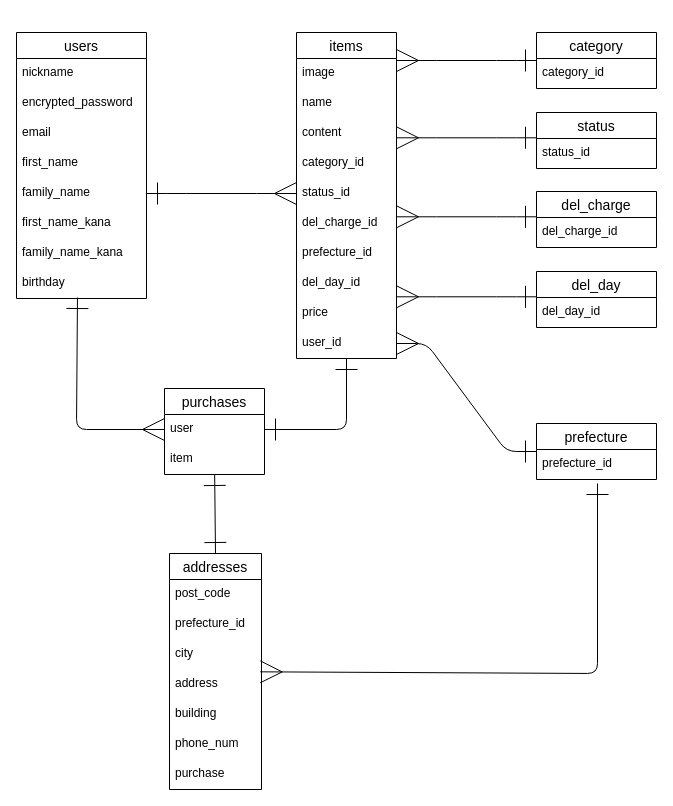
The draw.io diagram furima-er.dio in samape/furima-37831, before the edit. Source tidied: cells renumbered, new cells numbered last; positions are measured from the earlier drawing's top-left corner, leaving out a move shared by most shapes. Both pictures are drawn from the tidied source at 100%, with x=0, y=0 at pixel (16, 32).
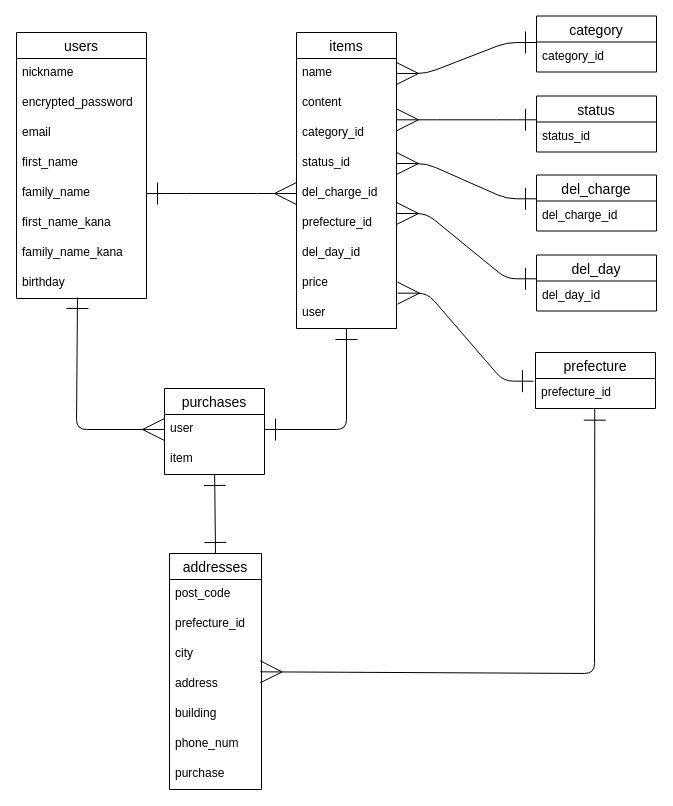
The same diagram, later.

Commit message:
データベース設計_修正_5

The change refers to these unchanged cells:
```xml
<mxCell id="29" value="address" style="text;strokeColor=none;fillColor=none;spacingLeft=4;spacingRight=4;overflow=hidden;points=[[0,0.5],[1,0.5]];portConstraint=eastwest;fontSize=12;" parent="25" vertex="1">
  <mxGeometry y="116" width="92" height="30" as="geometry" />
</mxCell>
<mxCell id="46" value="prefecture_id" style="text;strokeColor=none;fillColor=none;spacingLeft=4;spacingRight=4;overflow=hidden;points=[[0,0.5],[1,0.5]];portConstraint=eastwest;fontSize=12;" parent="45" vertex="1">
  <mxGeometry y="26" width="120" height="30" as="geometry" />
</mxCell>
```

Diff of the diagram source:
```diff
@@
     <mxCell id="11" value="items" style="swimlane;fontStyle=0;horizontal=1;startSize=26;align=center;fontSize=14;" parent="1" vertex="1">
-      <mxGeometry x="280" width="100" height="326" as="geometry" />
+      <mxGeometry x="280" width="100" height="296" as="geometry" />
     </mxCell>
-    <mxCell id="12" value="image" style="text;strokeColor=none;fillColor=none;spacingLeft=4;spacingRight=4;overflow=hidden;fontSize=12;" parent="11" vertex="1">
-      <mxGeometry y="26" width="100" height="30" as="geometry" />
-    </mxCell>
     <mxCell id="13" value="name" style="text;strokeColor=none;fillColor=none;spacingLeft=4;spacingRight=4;overflow=hidden;points=[[0,0.5],[1,0.5]];portConstraint=eastwest;fontSize=12;" parent="11" vertex="1">
-      <mxGeometry y="56" width="100" height="30" as="geometry" />
+      <mxGeometry y="26" width="100" height="30" as="geometry" />
     </mxCell>
     <mxCell id="14" value="content" style="text;strokeColor=none;fillColor=none;spacingLeft=4;spacingRight=4;overflow=hidden;fontSize=12;" parent="11" vertex="1">
-      <mxGeometry y="86" width="100" height="30" as="geometry" />
+      <mxGeometry y="56" width="100" height="30" as="geometry" />
     </mxCell>
     <mxCell id="15" value="category_id" style="text;strokeColor=none;fillColor=none;spacingLeft=4;spacingRight=4;overflow=hidden;fontSize=12;" parent="11" vertex="1">
-      <mxGeometry y="116" width="100" height="30" as="geometry" />
+      <mxGeometry y="86" width="100" height="30" as="geometry" />
     </mxCell>
     <mxCell id="16" value="status_id" style="text;strokeColor=none;fillColor=none;spacingLeft=4;spacingRight=4;overflow=hidden;points=[[0,0.5],[1,0.5]];portConstraint=eastwest;fontSize=12;" parent="11" vertex="1">
-      <mxGeometry y="146" width="100" height="30" as="geometry" />
+      <mxGeometry y="116" width="100" height="30" as="geometry" />
     </mxCell>
     <mxCell id="17" value="del_charge_id" style="text;strokeColor=none;fillColor=none;spacingLeft=4;spacingRight=4;overflow=hidden;fontSize=12;" parent="11" vertex="1">
-      <mxGeometry y="176" width="100" height="30" as="geometry" />
+      <mxGeometry y="146" width="100" height="30" as="geometry" />
     </mxCell>
     <mxCell id="18" value="prefecture_id" style="text;strokeColor=none;fillColor=none;spacingLeft=4;spacingRight=4;overflow=hidden;points=[[0,0.5],[1,0.5]];portConstraint=eastwest;fontSize=12;" parent="11" vertex="1">
-      <mxGeometry y="206" width="100" height="30" as="geometry" />
+      <mxGeometry y="176" width="100" height="30" as="geometry" />
     </mxCell>
     <mxCell id="19" value="del_day_id" style="text;strokeColor=none;fillColor=none;spacingLeft=4;spacingRight=4;overflow=hidden;fontSize=12;" parent="11" vertex="1">
-      <mxGeometry y="236" width="100" height="30" as="geometry" />
+      <mxGeometry y="206" width="100" height="30" as="geometry" />
     </mxCell>
     <mxCell id="20" value="price" style="text;strokeColor=none;fillColor=none;spacingLeft=4;spacingRight=4;overflow=hidden;points=[[0,0.5],[1,0.5]];portConstraint=eastwest;fontSize=12;" parent="11" vertex="1">
-      <mxGeometry y="266" width="100" height="30" as="geometry" />
+      <mxGeometry y="236" width="100" height="30" as="geometry" />
     </mxCell>
-    <mxCell id="21" value="user_id" style="text;strokeColor=none;fillColor=none;spacingLeft=4;spacingRight=4;overflow=hidden;points=[[0,0.5],[1,0.5]];portConstraint=eastwest;fontSize=12;" parent="11" vertex="1">
-      <mxGeometry y="296" width="100" height="30" as="geometry" />
+    <mxCell id="21" value="user" style="text;strokeColor=none;fillColor=none;spacingLeft=4;spacingRight=4;overflow=hidden;points=[[0,0.5],[1,0.5]];portConstraint=eastwest;fontSize=12;" parent="11" vertex="1">
+      <mxGeometry y="266" width="100" height="30" as="geometry" />
     </mxCell>
@@
     <mxCell id="37" value="category" style="swimlane;fontStyle=0;horizontal=1;startSize=26;align=center;fontSize=14;" parent="1" vertex="1">
-      <mxGeometry x="520" width="120" height="56" as="geometry" />
+      <mxGeometry x="520" y="-16.5" width="120" height="56" as="geometry" />
     </mxCell>
@@
     <mxCell id="39" value="status" style="swimlane;fontStyle=0;horizontal=1;startSize=26;align=center;fontSize=14;" parent="1" vertex="1">
-      <mxGeometry x="520" y="80" width="120" height="56" as="geometry" />
+      <mxGeometry x="520" y="63.5" width="120" height="56" as="geometry" />
     </mxCell>
@@
     <mxCell id="41" value="del_charge" style="swimlane;fontStyle=0;horizontal=1;startSize=26;align=center;fontSize=14;" parent="1" vertex="1">
-      <mxGeometry x="520" y="159" width="120" height="56" as="geometry" />
+      <mxGeometry x="520" y="142.5" width="120" height="56" as="geometry" />
     </mxCell>
@@
     <mxCell id="43" value="del_day" style="swimlane;fontStyle=0;horizontal=1;startSize=26;align=center;fontSize=14;" parent="1" vertex="1">
-      <mxGeometry x="520" y="239" width="120" height="56" as="geometry" />
+      <mxGeometry x="520" y="222.5" width="120" height="56" as="geometry" />
     </mxCell>
@@
     <mxCell id="45" value="prefecture" style="swimlane;fontStyle=0;horizontal=1;startSize=26;align=center;fontSize=14;" parent="1" vertex="1">
-      <mxGeometry x="520" y="391" width="120" height="56" as="geometry" />
+      <mxGeometry x="519" y="320" width="120" height="56" as="geometry" />
     </mxCell>
@@
-    <mxCell id="47" style="edgeStyle=entityRelationEdgeStyle;fontSize=12;html=1;endArrow=ERone;startArrow=ERmany;startFill=0;startSize=20;endSize=20;endFill=0;" parent="1" edge="1">
+    <mxCell id="47" style="edgeStyle=entityRelationEdgeStyle;fontSize=12;html=1;endArrow=ERone;startArrow=ERmany;startFill=0;startSize=20;endSize=20;endFill=0;exitX=1;exitY=0.5;exitDx=0;exitDy=0;" parent="1" edge="1" source="13">
       <mxGeometry relative="1" as="geometry">
-        <mxPoint x="380" y="28" as="sourcePoint" />
-        <mxPoint x="520" y="28" as="targetPoint" />
+        <mxPoint x="520" y="10" as="targetPoint" />
       </mxGeometry>
     </mxCell>
     <mxCell id="48" style="edgeStyle=entityRelationEdgeStyle;fontSize=12;html=1;endArrow=ERone;startArrow=ERmany;startFill=0;startSize=20;endSize=20;endFill=0;" parent="1" edge="1">
       <mxGeometry relative="1" as="geometry">
-        <mxPoint x="380" y="105.3" as="sourcePoint" />
-        <mxPoint x="520" y="105.3" as="targetPoint" />
+        <mxPoint x="380" y="87.3" as="sourcePoint" />
+        <mxPoint x="520" y="87.3" as="targetPoint" />
       </mxGeometry>
     </mxCell>
-    <mxCell id="49" style="edgeStyle=entityRelationEdgeStyle;fontSize=12;html=1;endArrow=ERone;startArrow=ERmany;startFill=0;startSize=20;endSize=20;endFill=0;" parent="1" edge="1">
+    <mxCell id="49" style="edgeStyle=entityRelationEdgeStyle;fontSize=12;html=1;endArrow=ERone;startArrow=ERmany;startFill=0;startSize=20;endSize=20;endFill=0;exitX=1;exitY=0.5;exitDx=0;exitDy=0;" parent="1" edge="1" source="16">
       <mxGeometry relative="1" as="geometry">
-        <mxPoint x="380" y="184.3" as="sourcePoint" />
-        <mxPoint x="520" y="184.3" as="targetPoint" />
+        <mxPoint x="520" y="166.3" as="targetPoint" />
       </mxGeometry>
     </mxCell>
-    <mxCell id="50" style="edgeStyle=entityRelationEdgeStyle;fontSize=12;html=1;endArrow=ERone;startArrow=ERmany;startFill=0;startSize=20;endSize=20;endFill=0;" parent="1" edge="1">
+    <mxCell id="50" style="edgeStyle=entityRelationEdgeStyle;fontSize=12;html=1;endArrow=ERone;startArrow=ERmany;startFill=0;startSize=20;endSize=20;endFill=0;exitX=1;exitY=0.167;exitDx=0;exitDy=0;exitPerimeter=0;" parent="1" edge="1" source="18">
       <mxGeometry relative="1" as="geometry">
-        <mxPoint x="380" y="264.3" as="sourcePoint" />
-        <mxPoint x="520" y="264.3" as="targetPoint" />
+        <mxPoint x="520" y="246.3" as="targetPoint" />
       </mxGeometry>
     </mxCell>
-    <mxCell id="51" style="edgeStyle=entityRelationEdgeStyle;fontSize=12;html=1;endArrow=ERone;startArrow=ERmany;startFill=0;startSize=20;endSize=20;endFill=0;" parent="1" edge="1">
-      <mxGeometry relative="1" as="geometry">
-        <mxPoint x="380" y="311" as="sourcePoint" />
-        <mxPoint x="520" y="419" as="targetPoint" />
-      </mxGeometry>
+    <mxCell id="51" style="edgeStyle=entityRelationEdgeStyle;fontSize=12;html=1;endArrow=ERone;startArrow=ERmany;startFill=0;startSize=20;endSize=20;endFill=0;exitX=1.01;exitY=0.822;exitDx=0;exitDy=0;exitPerimeter=0;entryX=-0.017;entryY=0.089;entryDx=0;entryDy=0;entryPerimeter=0;" parent="1" edge="1" source="20" target="46">
+      <mxGeometry relative="1" as="geometry" />
     </mxCell>
-    <mxCell id="52" style="fontSize=12;html=1;endArrow=ERone;startArrow=ERmany;startFill=0;startSize=20;endSize=20;endFill=0;exitX=0.986;exitY=0.078;exitDx=0;exitDy=0;exitPerimeter=0;" parent="1" edge="1" source="29">
+    <mxCell id="52" style="fontSize=12;html=1;endArrow=ERone;startArrow=ERmany;startFill=0;startSize=20;endSize=20;endFill=0;exitX=0.986;exitY=0.078;exitDx=0;exitDy=0;exitPerimeter=0;entryX=0.494;entryY=1.022;entryDx=0;entryDy=0;entryPerimeter=0;" parent="1" edge="1" source="29" target="46">
       <mxGeometry relative="1" as="geometry">
-        <mxPoint x="581" y="451" as="targetPoint" />
         <Array as="points">
-          <mxPoint x="581" y="641" />
+          <mxPoint x="578" y="641" />
         </Array>
       </mxGeometry>
     </mxCell>
```
